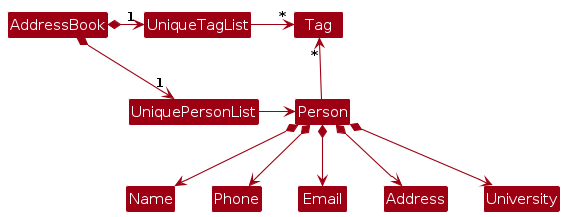
The PlantUML diagram diagrams/BetterModelClassDiagram.png in AY2425S1-CS2103T-T17-1/tp, before a commit. Its source is kept beside it as diagrams/BetterModelClassDiagram.puml. The source it was exported from:
```plantuml
@startuml
!include style.puml
skinparam arrowThickness 1.1
skinparam arrowColor MODEL_COLOR
skinparam classBackgroundColor MODEL_COLOR

AddressBook *-right-> "1" UniquePersonList
AddressBook *-right-> "1" UniqueTagList
UniqueTagList -[hidden]down- UniquePersonList
UniqueTagList -[hidden]down- UniquePersonList

UniqueTagList -right-> "*" Tag
UniquePersonList -right-> Person

Person -up-> "*" Tag

Person *--> Name
Person *--> Phone
Person *--> Email
Person *--> Address
Person *--> University
@enduml
```
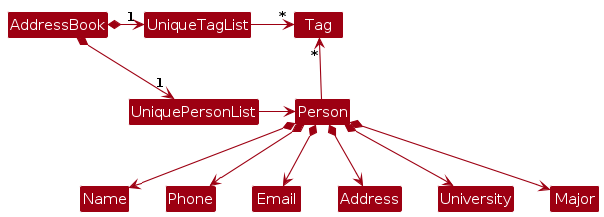
The same file after the commit.

Change to the diagram source:
```diff
@@ -19,4 +19,5 @@
 Person *--> Email
 Person *--> Address
 Person *--> University
+Person *--> Major
 @enduml
```
